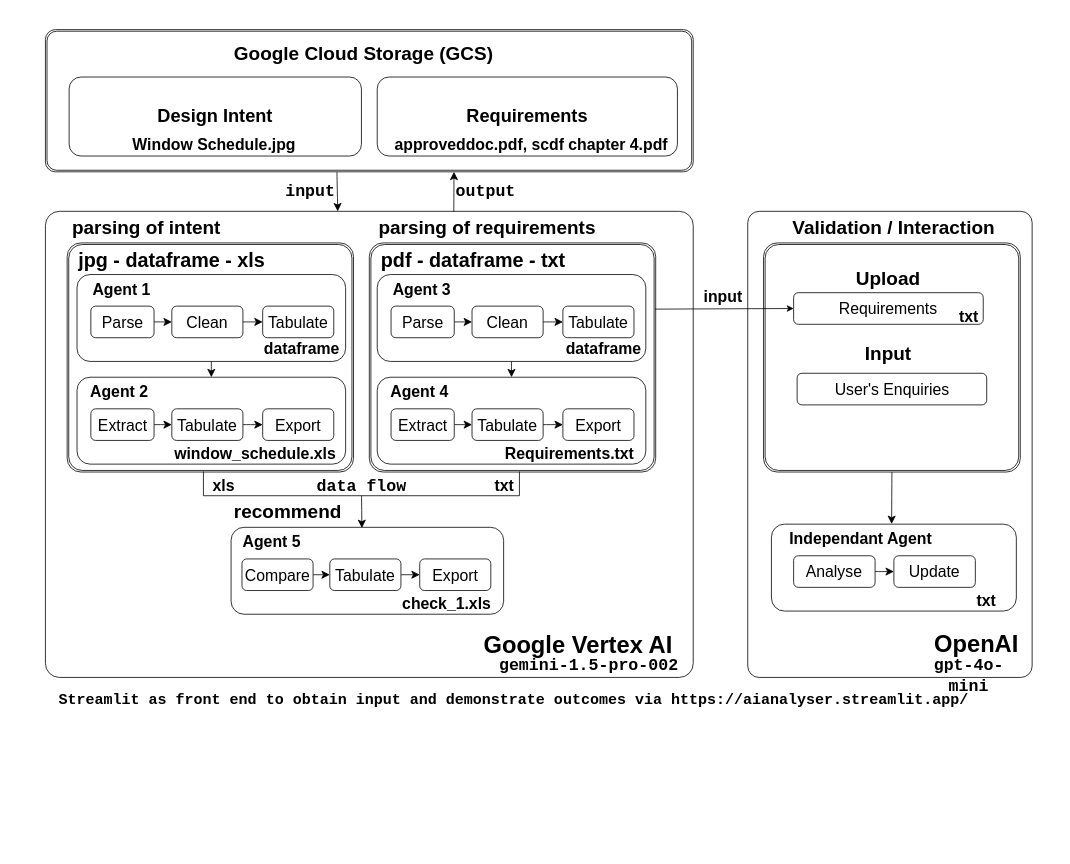
Above: pictures/WorkflowDiagram.drawio in integrations-space/streamlit (draw.io), before the change. Source tidied: cells renumbered, new cells numbered last; positions are measured from the earlier drawing's top-left corner, leaving out a move shared by most shapes. Both pictures are drawn from the tidied source at 79%, with x=0, y=0 at pixel (13, 13).
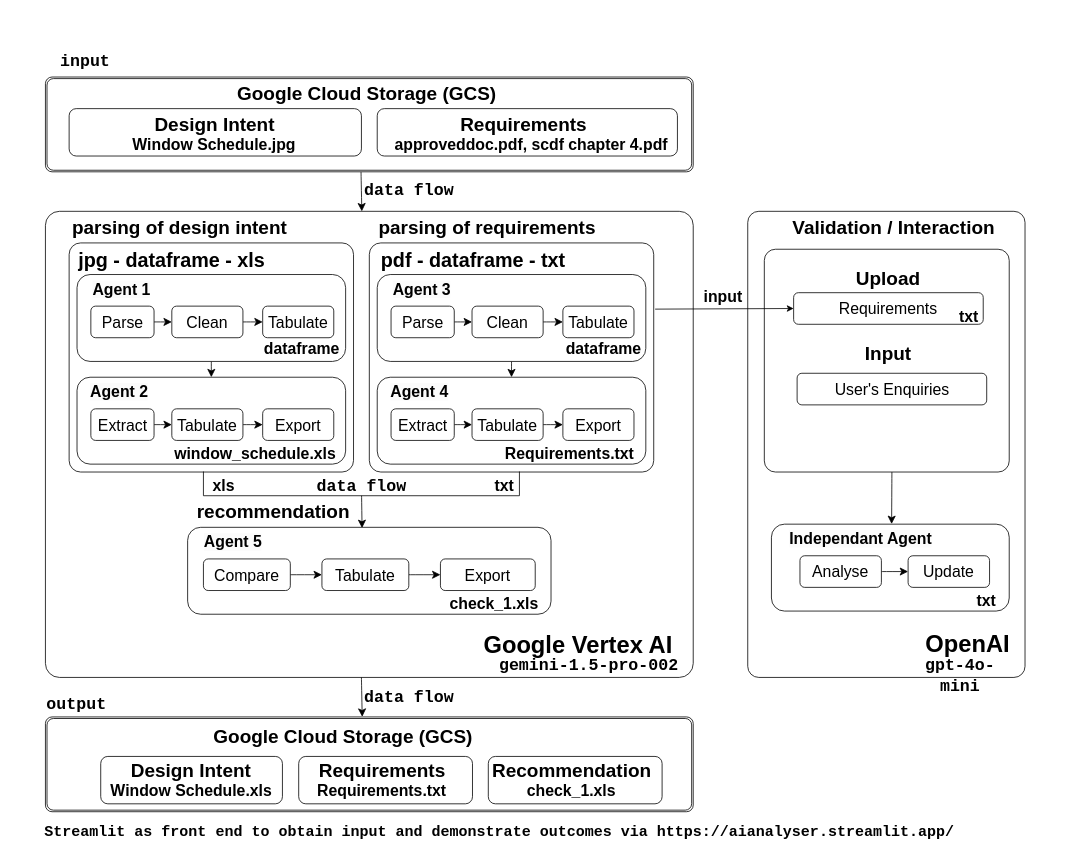
The same diagram, later.

Unchanged cells that the change refers to:
```xml
<mxCell id="63" value="&lt;span style=&quot;color: rgb(0, 0, 0); font-family: Helvetica; font-size: 20px; font-style: normal; font-variant-ligatures: normal; font-variant-caps: normal; letter-spacing: normal; orphans: 2; text-align: center; text-indent: 0px; text-transform: none; widows: 2; word-spacing: 0px; -webkit-text-stroke-width: 0px; white-space: normal; background-color: rgb(251, 251, 251); text-decoration-thickness: initial; text-decoration-style: initial; text-decoration-color: initial; float: none; display: inline !important;&quot;&gt;Independant Agent&lt;/span&gt;" style="text;whiteSpace=wrap;html=1;fontStyle=1;" parent="1" vertex="1">
  <mxGeometry x="979.6" y="646" width="197.5" height="50" as="geometry" />
</mxCell>
<mxCell id="66" value="&lt;p&gt;&lt;span style=&quot;font-size: 20px;&quot;&gt;Requirements&lt;/span&gt;&lt;/p&gt;" style="rounded=1;whiteSpace=wrap;html=1;fontSize=12;glass=0;strokeWidth=1;shadow=0;" parent="1" vertex="1">
  <mxGeometry x="987.1" y="353" width="240" height="40" as="geometry" />
</mxCell>
<mxCell id="89" value="&lt;div style=&quot;font-size: 24px;&quot;&gt;parsing of requirements&lt;/div&gt;" style="text;whiteSpace=wrap;html=1;fontStyle=1;align=left;fontSize=24;" parent="1" vertex="1">
  <mxGeometry x="460" y="250" width="333.1" height="50" as="geometry" />
</mxCell>
```

What changed in the source:
```diff
@@
     <mxCell id="2" style="rounded=0;whiteSpace=wrap;html=1;labelBorderColor=none;fontColor=none;noLabel=1;strokeColor=none;" parent="1" vertex="1">
-      <mxGeometry width="1320" height="900" as="geometry" />
+      <mxGeometry y="40" width="1320" height="1020" as="geometry" />
     </mxCell>
     <mxCell id="3" style="rounded=1;whiteSpace=wrap;html=1;glass=0;strokeWidth=1;shadow=0;fontSize=30;fontStyle=1;verticalAlign=top;arcSize=4;labelBorderColor=none;" parent="1" vertex="1">
-      <mxGeometry x="929" y="250" width="360" height="590" as="geometry" />
+      <mxGeometry x="929" y="250" width="351" height="590" as="geometry" />
     </mxCell>
-    <mxCell id="4" style="shape=ext;double=1;rounded=1;whiteSpace=wrap;html=1;arcSize=6;" parent="1" vertex="1">
-      <mxGeometry x="949" y="290" width="325" height="290" as="geometry" />
-    </mxCell>
+    <mxCell id="93" style="rounded=1;whiteSpace=wrap;html=1;labelBackgroundColor=#1A1A1A;arcSize=5;" parent="1" vertex="1">
+      <mxGeometry x="950" y="298" width="310" height="282" as="geometry" />
+    </mxCell>
@@
-    <mxCell id="6" style="shape=ext;double=1;rounded=1;whiteSpace=wrap;html=1;arcSize=6;" parent="1" vertex="1">
-      <mxGeometry x="450" y="290" width="362.5" height="290" as="geometry" />
-    </mxCell>
+    <mxCell id="94" style="rounded=1;whiteSpace=wrap;html=1;labelBackgroundColor=#1A1A1A;arcSize=5;" parent="1" vertex="1">
+      <mxGeometry x="70" y="290" width="360" height="290" as="geometry" />
+    </mxCell>
+    <mxCell id="95" style="rounded=1;whiteSpace=wrap;html=1;labelBackgroundColor=#1A1A1A;arcSize=5;" parent="1" vertex="1">
+      <mxGeometry x="450" y="290" width="360" height="290" as="geometry" />
+    </mxCell>
+    <mxCell id="96" style="shape=ext;double=1;rounded=1;whiteSpace=wrap;html=1;arcSize=7;" parent="1" vertex="1">
+      <mxGeometry x="40" y="890" width="820" height="120" as="geometry" />
+    </mxCell>
+    <mxCell id="97" value="&lt;p&gt;&lt;br&gt;&lt;/p&gt;" style="rounded=1;whiteSpace=wrap;html=1;fontSize=12;glass=0;strokeWidth=1;shadow=0;" parent="1" vertex="1">
+      <mxGeometry x="110" y="940" width="230" height="60" as="geometry" />
+    </mxCell>
+    <mxCell id="98" value="&lt;p&gt;&lt;br&gt;&lt;/p&gt;" style="rounded=1;whiteSpace=wrap;html=1;fontSize=12;glass=0;strokeWidth=1;shadow=0;spacing=0;" parent="1" vertex="1">
+      <mxGeometry x="360.6" y="940" width="220" height="60" as="geometry" />
+    </mxCell>
@@
-    <mxCell id="8" style="shape=ext;double=1;rounded=1;whiteSpace=wrap;html=1;arcSize=6;" parent="1" vertex="1">
-      <mxGeometry x="67.5" y="290" width="362.5" height="290" as="geometry" />
-    </mxCell>
     <mxCell id="9" style="shape=ext;double=1;rounded=1;whiteSpace=wrap;html=1;arcSize=7;" parent="1" vertex="1">
-      <mxGeometry x="40" y="20" width="820" height="180" as="geometry" />
+      <mxGeometry x="40" y="80" width="820" height="120" as="geometry" />
     </mxCell>
@@
-    <mxCell id="12" value="&lt;p&gt;&lt;b style=&quot;&quot;&gt;&lt;font style=&quot;font-size: 23px;&quot;&gt;Design Intent&lt;/font&gt;&lt;/b&gt;&lt;/p&gt;" style="rounded=1;whiteSpace=wrap;html=1;fontSize=12;glass=0;strokeWidth=1;shadow=0;" parent="1" vertex="1">
-      <mxGeometry x="70" y="80" width="370" height="100" as="geometry" />
+    <mxCell id="12" value="&lt;p&gt;&lt;br&gt;&lt;/p&gt;" style="rounded=1;whiteSpace=wrap;html=1;fontSize=12;glass=0;strokeWidth=1;shadow=0;" parent="1" vertex="1">
+      <mxGeometry x="70" y="120" width="370" height="60" as="geometry" />
     </mxCell>
-    <mxCell id="13" value="&lt;p&gt;&lt;b style=&quot;&quot;&gt;&lt;font style=&quot;font-size: 23px;&quot;&gt;Requirements&lt;/font&gt;&lt;/b&gt;&lt;/p&gt;" style="rounded=1;whiteSpace=wrap;html=1;fontSize=12;glass=0;strokeWidth=1;shadow=0;" parent="1" vertex="1">
-      <mxGeometry x="460" y="80" width="380" height="100" as="geometry" />
+    <mxCell id="13" value="&lt;p&gt;&lt;br&gt;&lt;/p&gt;" style="rounded=1;whiteSpace=wrap;html=1;fontSize=12;glass=0;strokeWidth=1;shadow=0;spacing=0;" parent="1" vertex="1">
+      <mxGeometry x="460" y="120" width="380" height="60" as="geometry" />
     </mxCell>
@@
     <mxCell id="50" style="rounded=1;whiteSpace=wrap;html=1;labelBackgroundColor=#1A1A1A;" parent="1" vertex="1">
-      <mxGeometry x="275" y="650" width="345" height="110" as="geometry" />
+      <mxGeometry x="220" y="650" width="460" height="110" as="geometry" />
     </mxCell>
@@
     <mxCell id="52" value="&lt;p&gt;&lt;span style=&quot;font-size: 20px;&quot;&gt;Compare&lt;/span&gt;&lt;/p&gt;" style="rounded=1;whiteSpace=wrap;html=1;fontSize=12;glass=0;strokeWidth=1;shadow=0;" parent="1" vertex="1">
-      <mxGeometry x="288.8" y="690" width="90" height="40" as="geometry" />
+      <mxGeometry x="240" y="690" width="110" height="40" as="geometry" />
     </mxCell>
@@
     <mxCell id="54" value="&lt;p&gt;&lt;span style=&quot;font-size: 20px;&quot;&gt;Tabulate&lt;/span&gt;&lt;/p&gt;" style="rounded=1;whiteSpace=wrap;html=1;fontSize=12;glass=0;strokeWidth=1;shadow=0;" parent="1" vertex="1">
-      <mxGeometry x="400" y="690" width="90" height="40" as="geometry" />
+      <mxGeometry x="390" y="690" width="110" height="40" as="geometry" />
     </mxCell>
     <mxCell id="55" value="&lt;span style=&quot;color: rgb(0, 0, 0); font-family: Helvetica; font-size: 20px; font-style: normal; font-variant-ligatures: normal; font-variant-caps: normal; letter-spacing: normal; orphans: 2; text-align: center; text-indent: 0px; text-transform: none; widows: 2; word-spacing: 0px; -webkit-text-stroke-width: 0px; white-space: normal; background-color: rgb(251, 251, 251); text-decoration-thickness: initial; text-decoration-style: initial; text-decoration-color: initial; float: none; display: inline !important;&quot;&gt;Agent 5&lt;/span&gt;" style="text;whiteSpace=wrap;html=1;fontStyle=1;" parent="1" vertex="1">
-      <mxGeometry x="287.5" y="650" width="90" height="50" as="geometry" />
+      <mxGeometry x="238.8" y="650" width="90" height="50" as="geometry" />
     </mxCell>
     <mxCell id="56" value="&lt;p&gt;&lt;span style=&quot;font-size: 20px;&quot;&gt;Export&lt;/span&gt;&lt;/p&gt;" style="rounded=1;whiteSpace=wrap;html=1;fontSize=12;glass=0;strokeWidth=1;shadow=0;" parent="1" vertex="1">
-      <mxGeometry x="513.8" y="690" width="90" height="40" as="geometry" />
+      <mxGeometry x="540" y="690" width="120" height="40" as="geometry" />
     </mxCell>
     <mxCell id="57" value="&lt;div style=&quot;text-align: center;&quot;&gt;&lt;span style=&quot;background-color: initial; font-size: 20px;&quot;&gt;check_1.xls&lt;/span&gt;&lt;/div&gt;" style="text;whiteSpace=wrap;html=1;fontStyle=1;" parent="1" vertex="1">
-      <mxGeometry x="490" y="728" width="150" height="50" as="geometry" />
+      <mxGeometry x="550" y="728" width="150" height="50" as="geometry" />
     </mxCell>
@@
     <mxCell id="59" value="&lt;div style=&quot;font-size: 21px;&quot;&gt;&lt;span style=&quot;font-size: 21px;&quot; id=&quot;docs-internal-guid-1821d3b9-7fff-7af8-b4e6-91dbe0856bd1&quot;&gt;&lt;span style=&quot;font-size: 21px; font-family: &amp;quot;Roboto Mono&amp;quot;, monospace; background-color: transparent; font-variant-numeric: normal; font-variant-east-asian: normal; font-variant-alternates: normal; font-variant-position: normal; vertical-align: baseline; white-space-collapse: preserve;&quot;&gt;gpt-4o-mini&lt;/span&gt;&lt;/span&gt;&lt;/div&gt;" style="text;whiteSpace=wrap;html=1;fontStyle=1;fontColor=#000000;align=center;fontSize=21;" parent="1" vertex="1">
-      <mxGeometry x="1139" y="804" width="140" height="30" as="geometry" />
+      <mxGeometry x="1128" y="804" width="140" height="30" as="geometry" />
     </mxCell>
     <mxCell id="60" style="rounded=1;whiteSpace=wrap;html=1;labelBackgroundColor=#1A1A1A;" parent="1" vertex="1">
-      <mxGeometry x="959" y="646" width="310" height="110" as="geometry" />
+      <mxGeometry x="959" y="646" width="301" height="110" as="geometry" />
     </mxCell>
@@
     <mxCell id="62" value="&lt;p&gt;&lt;span style=&quot;font-size: 20px;&quot;&gt;Analyse&lt;/span&gt;&lt;/p&gt;" style="rounded=1;whiteSpace=wrap;html=1;fontSize=12;glass=0;strokeWidth=1;shadow=0;" parent="1" vertex="1">
-      <mxGeometry x="987.1" y="686" width="103.1" height="40" as="geometry" />
+      <mxGeometry x="995.1" y="686" width="103.1" height="40" as="geometry" />
     </mxCell>
@@
     <mxCell id="64" value="&lt;p&gt;&lt;span style=&quot;font-size: 20px;&quot;&gt;Update&lt;/span&gt;&lt;/p&gt;" style="rounded=1;whiteSpace=wrap;html=1;fontSize=12;glass=0;strokeWidth=1;shadow=0;" parent="1" vertex="1">
-      <mxGeometry x="1114" y="686" width="103.1" height="40" as="geometry" />
+      <mxGeometry x="1132" y="686" width="103.1" height="40" as="geometry" />
     </mxCell>
@@
-    <mxCell id="67" style="edgeStyle=none;curved=1;rounded=0;jettySize=auto;html=1;fontSize=12;startSize=8;endSize=8;exitX=0.5;exitY=1;exitDx=0;exitDy=0;entryX=0.666;entryY=-0.004;entryDx=0;entryDy=0;entryPerimeter=0;" parent="1" edge="1" source="4" target="63">
-      <mxGeometry relative="1" as="geometry" />
+    <mxCell id="67" style="edgeStyle=none;curved=1;rounded=0;jettySize=auto;html=1;fontSize=12;startSize=8;endSize=8;exitX=0.5;exitY=1;exitDx=0;exitDy=0;entryX=0.666;entryY=-0.004;entryDx=0;entryDy=0;entryPerimeter=0;" parent="1" edge="1" target="63">
+      <mxGeometry relative="1" as="geometry">
+        <mxPoint x="1111.5" y="580" as="sourcePoint" />
+      </mxGeometry>
     </mxCell>
@@
     <mxCell id="72" value="&lt;div style=&quot;font-size: 19px;&quot;&gt;&lt;span style=&quot;font-size: 19px;&quot; id=&quot;docs-internal-guid-1821d3b9-7fff-7af8-b4e6-91dbe0856bd1&quot;&gt;&lt;span style=&quot;font-size: 19px; font-family: &amp;quot;Roboto Mono&amp;quot;, monospace; background-color: transparent; font-variant-numeric: normal; font-variant-east-asian: normal; font-variant-alternates: normal; font-variant-position: normal; vertical-align: baseline; white-space-collapse: preserve;&quot;&gt;Streamlit as front end to obtain input and demonstrate outcomes via https://aianalyser.streamlit.app/&lt;/span&gt;&lt;/span&gt;&lt;/div&gt;" style="text;whiteSpace=wrap;html=1;fontStyle=1;fontColor=#000000;align=left;fontSize=19;" parent="1" vertex="1">
-      <mxGeometry x="55" y="850" width="1194.4" height="30" as="geometry" />
+      <mxGeometry x="37.1" y="1017" width="1194.4" height="30" as="geometry" />
     </mxCell>
     <mxCell id="73" value="&lt;div style=&quot;font-size: 21px;&quot;&gt;&lt;span style=&quot;font-size: 21px;&quot; id=&quot;docs-internal-guid-1821d3b9-7fff-7af8-b4e6-91dbe0856bd1&quot;&gt;&lt;span style=&quot;font-size: 21px; font-family: &amp;quot;Roboto Mono&amp;quot;, monospace; background-color: transparent; font-variant-numeric: normal; font-variant-east-asian: normal; font-variant-alternates: normal; font-variant-position: normal; vertical-align: baseline; white-space-collapse: preserve;&quot;&gt;input&lt;/span&gt;&lt;/span&gt;&lt;/div&gt;" style="text;whiteSpace=wrap;html=1;fontStyle=1;fontColor=#000000;align=center;fontSize=21;" parent="1" vertex="1">
-      <mxGeometry x="315" y="204" width="120.6" height="30" as="geometry" />
+      <mxGeometry x="30" y="40" width="120.6" height="30" as="geometry" />
     </mxCell>
-    <mxCell id="74" style="endArrow=classic;html=1;rounded=0;exitX=0.998;exitY=0.289;exitDx=0;exitDy=0;exitPerimeter=0;entryX=0;entryY=0.5;entryDx=0;entryDy=0;" parent="1" edge="1" source="6" target="66">
-      <mxGeometry relative="1" as="geometry" />
+    <mxCell id="74" style="endArrow=classic;html=1;rounded=0;exitX=0.998;exitY=0.289;exitDx=0;exitDy=0;exitPerimeter=0;entryX=0;entryY=0.5;entryDx=0;entryDy=0;" parent="1" edge="1" target="66">
+      <mxGeometry relative="1" as="geometry">
+        <mxPoint x="811.8" y="373.8" as="sourcePoint" />
+      </mxGeometry>
     </mxCell>
     <mxCell id="75" value="&lt;div style=&quot;font-size: 24px;&quot;&gt;Google Cloud Storage (GCS)&lt;/div&gt;" style="text;whiteSpace=wrap;html=1;fontStyle=1;align=left;fontSize=24;" parent="1" vertex="1">
-      <mxGeometry x="276.7" y="30" width="333.1" height="50" as="geometry" />
+      <mxGeometry x="280.9" y="80" width="333.1" height="50" as="geometry" />
     </mxCell>
@@
-    <mxCell id="82" style="edgeStyle=none;curved=1;rounded=0;jettySize=auto;html=1;fontSize=12;startSize=8;endSize=8;entryX=0.619;entryY=0.029;entryDx=0;entryDy=0;entryPerimeter=0;exitX=0.45;exitY=1.002;exitDx=0;exitDy=0;exitPerimeter=0;" parent="1" edge="1" source="9">
+    <mxCell id="82" style="edgeStyle=none;curved=1;rounded=0;orthogonalLoop=1;jettySize=auto;html=1;fontSize=12;startSize=8;endSize=8;entryX=0.619;entryY=0.029;entryDx=0;entryDy=0;entryPerimeter=0;exitX=0.45;exitY=1.002;exitDx=0;exitDy=0;exitPerimeter=0;" parent="1" edge="1">
       <mxGeometry relative="1" as="geometry">
-        <mxPoint x="410" y="250" as="targetPoint" />
+        <mxPoint x="439.5" y="200.2" as="sourcePoint" />
+        <mxPoint x="440.5" y="250" as="targetPoint" />
       </mxGeometry>
     </mxCell>
@@
     <mxCell id="85" value="&lt;div style=&quot;font-size: 30px;&quot;&gt;OpenAI&lt;/div&gt;" style="text;whiteSpace=wrap;html=1;fontStyle=1;align=right;fontSize=30;" parent="1" vertex="1">
-      <mxGeometry x="1104" y="773" width="170" height="50" as="geometry" />
+      <mxGeometry x="1093" y="773" width="170" height="50" as="geometry" />
     </mxCell>
@@
-    <mxCell id="88" value="&lt;div style=&quot;font-size: 24px;&quot;&gt;parsing of intent&lt;/div&gt;" style="text;whiteSpace=wrap;html=1;fontStyle=1;align=left;fontSize=24;" parent="1" vertex="1">
+    <mxCell id="88" value="&lt;div style=&quot;font-size: 24px;&quot;&gt;parsing of design intent&lt;/div&gt;" style="text;whiteSpace=wrap;html=1;fontStyle=1;align=left;fontSize=24;" parent="1" vertex="1">
       <mxGeometry x="71.9" y="250" width="333.1" height="50" as="geometry" />
     </mxCell>
@@
-    <mxCell id="90" value="&lt;div style=&quot;font-size: 24px;&quot;&gt;recommend&lt;/div&gt;" style="text;whiteSpace=wrap;html=1;fontStyle=1;align=left;fontSize=24;" parent="1" vertex="1">
-      <mxGeometry x="276.7" y="610" width="166.6" height="50" as="geometry" />
+    <mxCell id="90" value="&lt;div style=&quot;font-size: 24px;&quot;&gt;recommendation&lt;/div&gt;" style="text;whiteSpace=wrap;html=1;fontStyle=1;align=left;fontSize=24;" parent="1" vertex="1">
+      <mxGeometry x="230" y="610" width="166.6" height="50" as="geometry" />
     </mxCell>
-    <mxCell id="91" style="edgeStyle=none;curved=1;rounded=0;jettySize=auto;html=1;fontSize=12;startSize=8;endSize=8;entryX=0.5;entryY=1;entryDx=0;entryDy=0;exitX=0.291;exitY=0.007;exitDx=0;exitDy=0;exitPerimeter=0;" parent="1" edge="1" source="89">
-      <mxGeometry relative="1" as="geometry">
-        <mxPoint x="557.2" y="200" as="targetPoint" />
-      </mxGeometry>
-    </mxCell>
+    <mxCell id="99" value="&lt;div style=&quot;font-size: 24px;&quot;&gt;Requirements&lt;/div&gt;" style="text;whiteSpace=wrap;html=1;fontStyle=1;align=center;fontSize=24;" parent="1" vertex="1">
+      <mxGeometry x="479.4" y="120" width="333.1" height="35" as="geometry" />
+    </mxCell>
+    <mxCell id="100" value="Design Intent" style="text;whiteSpace=wrap;html=1;fontStyle=1;align=center;fontSize=24;" parent="1" vertex="1">
+      <mxGeometry x="88.4" y="120" width="333.1" height="35" as="geometry" />
+    </mxCell>
     <mxCell id="92" value="&lt;div style=&quot;font-size: 21px;&quot;&gt;&lt;span style=&quot;font-size: 21px;&quot; id=&quot;docs-internal-guid-1821d3b9-7fff-7af8-b4e6-91dbe0856bd1&quot;&gt;&lt;span style=&quot;font-size: 21px; font-family: &amp;quot;Roboto Mono&amp;quot;, monospace; background-color: transparent; font-variant-numeric: normal; font-variant-east-asian: normal; font-variant-alternates: normal; font-variant-position: normal; vertical-align: baseline; white-space-collapse: preserve;&quot;&gt;output&lt;/span&gt;&lt;/span&gt;&lt;/div&gt;" style="text;whiteSpace=wrap;html=1;fontStyle=1;fontColor=#000000;align=center;fontSize=21;" parent="1" vertex="1">
-      <mxGeometry x="547" y="204" width="100.6" height="30" as="geometry" />
+      <mxGeometry x="19.1" y="854" width="120.6" height="40" as="geometry" />
     </mxCell>
+    <mxCell id="101" style="edgeStyle=none;curved=1;rounded=0;orthogonalLoop=1;jettySize=auto;html=1;fontSize=12;startSize=8;endSize=8;entryX=0.619;entryY=0.029;entryDx=0;entryDy=0;entryPerimeter=0;exitX=0.45;exitY=1.002;exitDx=0;exitDy=0;exitPerimeter=0;" parent="1" edge="1">
+      <mxGeometry relative="1" as="geometry">
+        <mxPoint x="440" y="840" as="sourcePoint" />
+        <mxPoint x="441" y="889.8" as="targetPoint" />
+      </mxGeometry>
+    </mxCell>
+    <mxCell id="102" value="&lt;div style=&quot;font-size: 24px;&quot;&gt;Google Cloud Storage (GCS)&lt;/div&gt;" style="text;whiteSpace=wrap;html=1;fontStyle=1;align=left;fontSize=24;" parent="1" vertex="1">
+      <mxGeometry x="250.9" y="894" width="333.1" height="50" as="geometry" />
+    </mxCell>
+    <mxCell id="103" value="&lt;div style=&quot;&quot;&gt;&lt;span style=&quot;background-color: initial; font-size: 20px;&quot;&gt;Window Schedule.xls&lt;/span&gt;&lt;/div&gt;" style="text;whiteSpace=wrap;html=1;fontStyle=1;align=right;" parent="1" vertex="1">
+      <mxGeometry x="108.8" y="964" width="220" height="50" as="geometry" />
+    </mxCell>
+    <mxCell id="104" value="&lt;div style=&quot;&quot;&gt;&lt;span style=&quot;background-color: initial; font-size: 20px;&quot;&gt;Requirements.txt&lt;/span&gt;&lt;/div&gt;" style="text;whiteSpace=wrap;html=1;fontStyle=1;align=center;" parent="1" vertex="1">
+      <mxGeometry x="380.6" y="964" width="170" height="50" as="geometry" />
+    </mxCell>
+    <mxCell id="105" value="&lt;div style=&quot;font-size: 24px;&quot;&gt;Requirements&lt;/div&gt;" style="text;whiteSpace=wrap;html=1;fontStyle=1;align=center;fontSize=24;" parent="1" vertex="1">
+      <mxGeometry x="300" y="937" width="333.1" height="35" as="geometry" />
+    </mxCell>
+    <mxCell id="106" value="Design Intent" style="text;whiteSpace=wrap;html=1;fontStyle=1;align=center;fontSize=24;" parent="1" vertex="1">
+      <mxGeometry x="58.4" y="937" width="333.1" height="35" as="geometry" />
+    </mxCell>
+    <mxCell id="107" value="&lt;p&gt;&lt;br&gt;&lt;/p&gt;" style="rounded=1;whiteSpace=wrap;html=1;fontSize=12;glass=0;strokeWidth=1;shadow=0;spacing=0;" parent="1" vertex="1">
+      <mxGeometry x="600.6" y="940" width="220" height="60" as="geometry" />
+    </mxCell>
+    <mxCell id="108" value="&lt;div style=&quot;&quot;&gt;&lt;span style=&quot;background-color: initial; font-size: 20px;&quot;&gt;check_1.xls&lt;/span&gt;&lt;/div&gt;" style="text;whiteSpace=wrap;html=1;fontStyle=1;align=center;" parent="1" vertex="1">
+      <mxGeometry x="620.6" y="964" width="170" height="50" as="geometry" />
+    </mxCell>
+    <mxCell id="109" value="&lt;div style=&quot;font-size: 24px;&quot;&gt;Recommendation&lt;/div&gt;" style="text;whiteSpace=wrap;html=1;fontStyle=1;align=center;fontSize=24;" parent="1" vertex="1">
+      <mxGeometry x="540" y="937" width="333.1" height="35" as="geometry" />
+    </mxCell>
+    <mxCell id="110" value="&lt;div style=&quot;font-size: 21px;&quot;&gt;&lt;span style=&quot;font-size: 21px;&quot; id=&quot;docs-internal-guid-1821d3b9-7fff-7af8-b4e6-91dbe0856bd1&quot;&gt;&lt;span style=&quot;font-size: 21px; font-family: &amp;quot;Roboto Mono&amp;quot;, monospace; background-color: transparent; font-variant-numeric: normal; font-variant-east-asian: normal; font-variant-alternates: normal; font-variant-position: normal; vertical-align: baseline; white-space-collapse: preserve;&quot;&gt;data flow&lt;/span&gt;&lt;/span&gt;&lt;/div&gt;" style="text;whiteSpace=wrap;html=1;fontStyle=1;fontColor=#000000;align=center;fontSize=21;" parent="1" vertex="1">
+      <mxGeometry x="440" y="203" width="120.6" height="30" as="geometry" />
+    </mxCell>
+    <mxCell id="111" value="&lt;div style=&quot;font-size: 21px;&quot;&gt;&lt;span style=&quot;font-size: 21px;&quot; id=&quot;docs-internal-guid-1821d3b9-7fff-7af8-b4e6-91dbe0856bd1&quot;&gt;&lt;span style=&quot;font-size: 21px; font-family: &amp;quot;Roboto Mono&amp;quot;, monospace; background-color: transparent; font-variant-numeric: normal; font-variant-east-asian: normal; font-variant-alternates: normal; font-variant-position: normal; vertical-align: baseline; white-space-collapse: preserve;&quot;&gt;data flow&lt;/span&gt;&lt;/span&gt;&lt;/div&gt;" style="text;whiteSpace=wrap;html=1;fontStyle=1;fontColor=#000000;align=center;fontSize=21;" parent="1" vertex="1">
+      <mxGeometry x="439.9" y="844" width="120.6" height="30" as="geometry" />
+    </mxCell>
```
